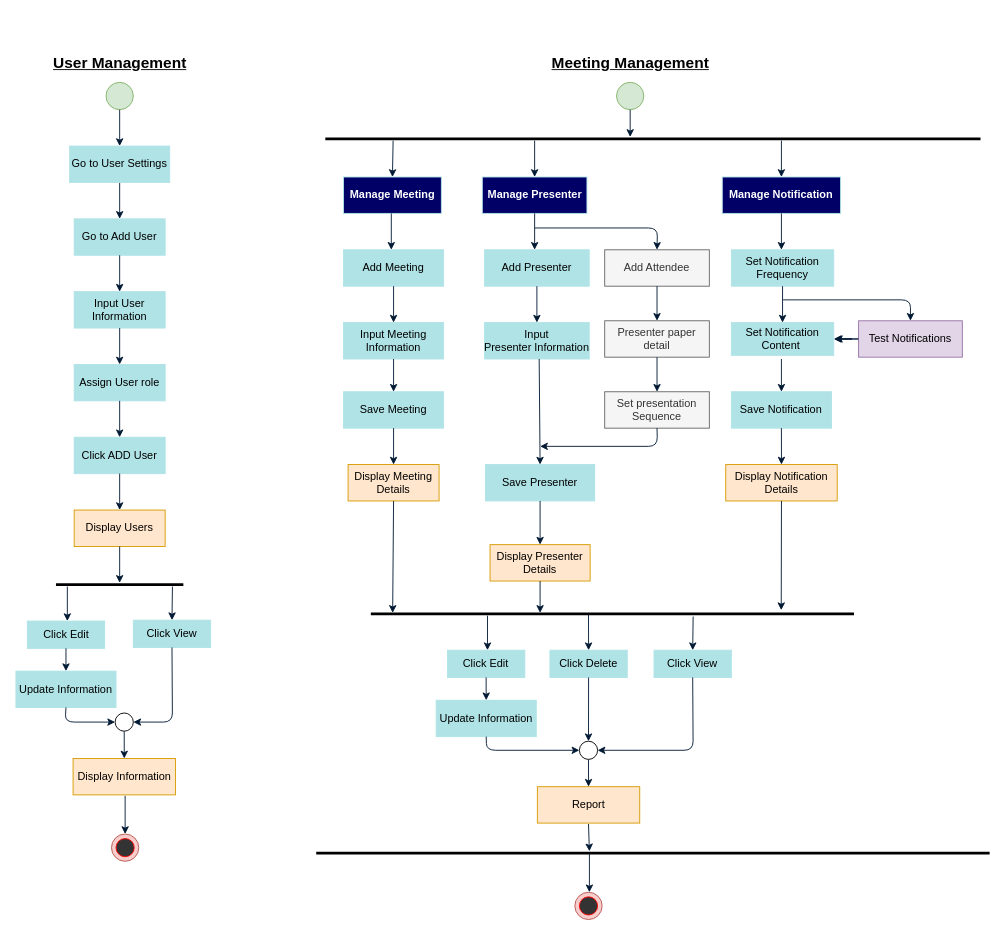
Afifairin/Diagrams keeps this draw.io diagram as Untitled Diagram.drawio. Above is the earlier version. Source tidied: cells renumbered, new cells numbered last; positions are measured from the earlier drawing's top-left corner, leaving out a move shared by most shapes. Both pictures are drawn from the tidied source at 91%, with x=0, y=0 at pixel (15, 55).
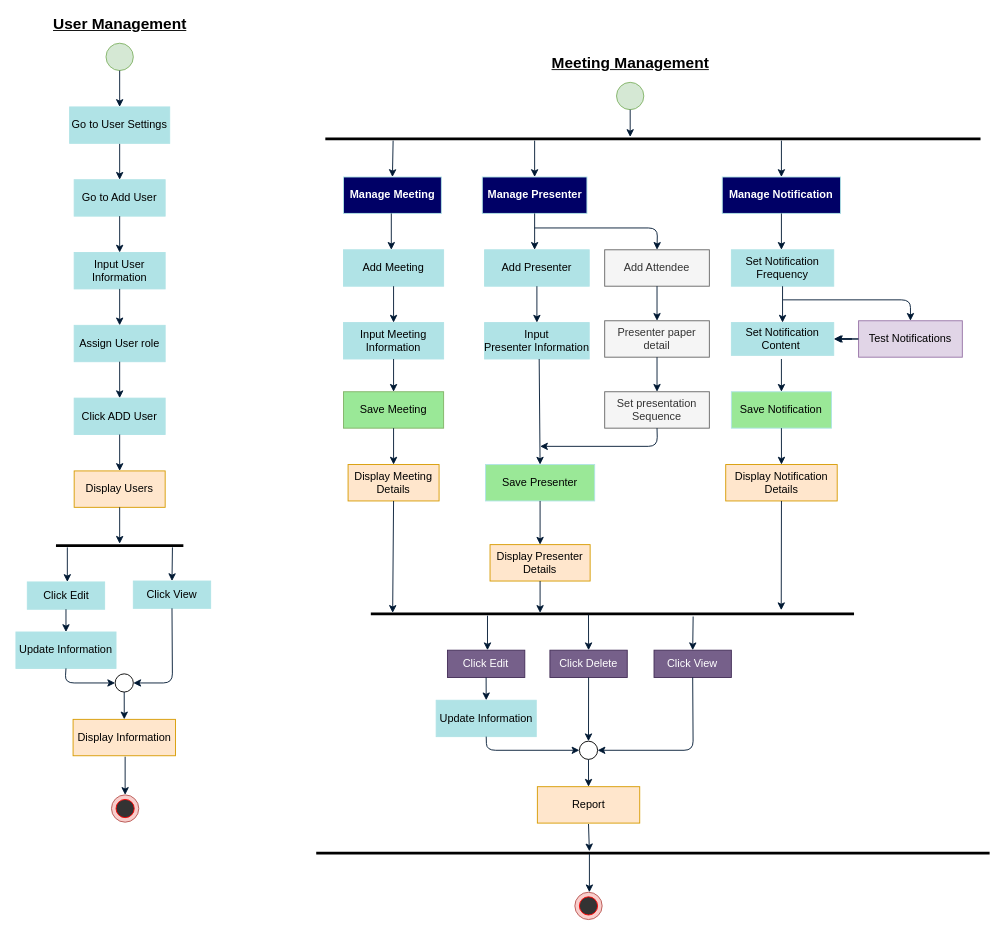
The same page after the edit.

Diff of the diagram source:
```diff
@@
     <mxCell id="2" style="ellipse;whiteSpace=wrap;html=1;fillColor=#d5e8d4;strokeColor=#82b366;" parent="1" vertex="1">
-      <mxGeometry x="99" y="30" width="30" height="30" as="geometry" />
+      <mxGeometry x="99" y="-13" width="30" height="30" as="geometry" />
     </mxCell>
     <mxCell id="3" value="&lt;b&gt;&lt;font style=&quot;font-size: 17px&quot;&gt;&lt;u&gt;User Management&lt;/u&gt;&lt;/font&gt;&lt;/b&gt;" style="text;html=1;align=center;verticalAlign=middle;" parent="1" vertex="1">
-      <mxGeometry x="34" width="160" height="20" as="geometry" />
+      <mxGeometry x="34" y="-43" width="160" height="20" as="geometry" />
     </mxCell>
     <mxCell id="4" style="endArrow=classic;html=1;strokeColor=#001933;exitX=0.5;exitY=1;exitDx=0;exitDy=0;" parent="1" edge="1" source="15">
       <mxGeometry relative="1" as="geometry">
-        <mxPoint x="114" y="180" as="targetPoint" />
+        <mxPoint x="114" y="137" as="targetPoint" />
       </mxGeometry>
     </mxCell>
     <mxCell id="5" value="Go to Add User" style="rounded=0;whiteSpace=wrap;html=1;fillColor=#b0e3e6;strokeColor=#B0E3E6;" parent="1" vertex="1">
-      <mxGeometry x="64" y="180" width="100" height="40" as="geometry" />
+      <mxGeometry x="64" y="137" width="100" height="40" as="geometry" />
     </mxCell>
     <mxCell id="6" value="Input User Information" style="rounded=0;whiteSpace=wrap;html=1;fillColor=#b0e3e6;strokeColor=#B0E3E6;" parent="1" vertex="1">
-      <mxGeometry x="64" y="260" width="100" height="40" as="geometry" />
+      <mxGeometry x="64" y="217" width="100" height="40" as="geometry" />
     </mxCell>
@@
     <mxCell id="8" value="Assign User role" style="rounded=0;whiteSpace=wrap;html=1;fillColor=#b0e3e6;strokeColor=#B0E3E6;" parent="1" vertex="1">
-      <mxGeometry x="64" y="340" width="100" height="40" as="geometry" />
+      <mxGeometry x="64" y="297" width="100" height="40" as="geometry" />
     </mxCell>
     <mxCell id="9" value="&lt;span&gt;Click ADD User&lt;/span&gt;" style="rounded=0;whiteSpace=wrap;html=1;fillColor=#b0e3e6;strokeColor=#B0E3E6;" parent="1" vertex="1">
-      <mxGeometry x="64" y="420" width="100" height="40" as="geometry" />
+      <mxGeometry x="64" y="377" width="100" height="40" as="geometry" />
     </mxCell>
@@
     <mxCell id="12" value="Display Users" style="rounded=0;whiteSpace=wrap;html=1;fillColor=#ffe6cc;strokeColor=#d79b00;" parent="1" vertex="1">
-      <mxGeometry x="64" y="500" width="100" height="40" as="geometry" />
+      <mxGeometry x="64" y="457" width="100" height="40" as="geometry" />
     </mxCell>
@@
     <mxCell id="14" style="endArrow=classic;html=1;exitX=0.5;exitY=1;exitDx=0;exitDy=0;entryX=0.5;entryY=0;entryDx=0;entryDy=0;strokeColor=#001933;" parent="1" edge="1" source="12">
       <mxGeometry relative="1" as="geometry">
-        <mxPoint x="114" y="580" as="targetPoint" />
+        <mxPoint x="114" y="537" as="targetPoint" />
       </mxGeometry>
     </mxCell>
     <mxCell id="15" value="Go to User Settings" style="rounded=0;whiteSpace=wrap;html=1;fillColor=#b0e3e6;strokeColor=#B0E3E6;" parent="1" vertex="1">
-      <mxGeometry x="59" y="100" width="110" height="40" as="geometry" />
+      <mxGeometry x="59" y="57" width="110" height="40" as="geometry" />
     </mxCell>
@@
-    <mxCell id="39" value="&lt;span&gt;Save Meeting&lt;/span&gt;" style="rounded=0;whiteSpace=wrap;html=1;fillColor=#b0e3e6;strokeColor=#B0E3E6;" parent="1" vertex="1">
+    <mxCell id="39" value="&lt;span&gt;Save Meeting&lt;/span&gt;" style="rounded=0;whiteSpace=wrap;html=1;strokeColor=#82b366;fillColor=#9AE897;" parent="1" vertex="1">
       <mxGeometry x="360" y="370" width="110" height="40" as="geometry" />
     </mxCell>
@@
-    <mxCell id="44" value="&lt;span&gt;Save Presenter&lt;/span&gt;" style="rounded=0;whiteSpace=wrap;html=1;fillColor=#b0e3e6;strokeColor=#B0E3E6;" parent="1" vertex="1">
+    <mxCell id="44" value="&lt;span&gt;Save Presenter&lt;/span&gt;" style="rounded=0;whiteSpace=wrap;html=1;strokeColor=#B0E3E6;fillColor=#9AE897;" parent="1" vertex="1">
       <mxGeometry x="516" y="450" width="120" height="40" as="geometry" />
     </mxCell>
@@
-    <mxCell id="49" value="&lt;span&gt;Save Notification&lt;/span&gt;" style="rounded=0;whiteSpace=wrap;html=1;fillColor=#b0e3e6;strokeColor=#B0E3E6;" parent="1" vertex="1">
+    <mxCell id="49" value="&lt;span&gt;Save Notification&lt;/span&gt;" style="rounded=0;whiteSpace=wrap;html=1;strokeColor=#B0E3E6;fillColor=#9AE897;" parent="1" vertex="1">
       <mxGeometry x="786.2" y="370" width="110" height="40" as="geometry" />
     </mxCell>
@@
-    <mxCell id="60" value="&lt;span&gt;Click Edit&lt;/span&gt;" style="rounded=0;whiteSpace=wrap;html=1;fillColor=#b0e3e6;strokeColor=#B0E3E6;" parent="1" vertex="1">
+    <mxCell id="60" value="&lt;span&gt;Click Edit&lt;/span&gt;" style="rounded=0;whiteSpace=wrap;html=1;fillColor=#76608a;strokeColor=#432D57;fontColor=#ffffff;" parent="1" vertex="1">
       <mxGeometry x="474.2" y="654" width="85" height="30" as="geometry" />
     </mxCell>
-    <mxCell id="61" value="&lt;span&gt;Click Delete&lt;/span&gt;" style="rounded=0;whiteSpace=wrap;html=1;fillColor=#b0e3e6;strokeColor=#B0E3E6;" parent="1" vertex="1">
+    <mxCell id="61" value="&lt;span&gt;Click Delete&lt;/span&gt;" style="rounded=0;whiteSpace=wrap;html=1;fillColor=#76608a;strokeColor=#432D57;fontColor=#ffffff;" parent="1" vertex="1">
       <mxGeometry x="586.8" y="654" width="85" height="30" as="geometry" />
     </mxCell>
-    <mxCell id="62" value="&lt;span&gt;Click View&lt;/span&gt;" style="rounded=0;whiteSpace=wrap;html=1;fillColor=#b0e3e6;strokeColor=#B0E3E6;" parent="1" vertex="1">
+    <mxCell id="62" value="&lt;span&gt;Click View&lt;/span&gt;" style="rounded=0;whiteSpace=wrap;html=1;fillColor=#76608a;strokeColor=#432D57;fontColor=#ffffff;" parent="1" vertex="1">
       <mxGeometry x="701.2" y="654" width="85" height="30" as="geometry" />
     </mxCell>
@@
     <mxCell id="74" style="ellipse;whiteSpace=wrap;html=1;fillColor=#f8cecc;strokeColor=#b85450;" parent="1" vertex="1">
-      <mxGeometry x="105" y="856" width="30" height="30" as="geometry" />
+      <mxGeometry x="105" y="813" width="30" height="30" as="geometry" />
     </mxCell>
     <mxCell id="75" style="ellipse;whiteSpace=wrap;html=1;fillColor=#333333;strokeColor=#FF0000;" parent="1" vertex="1">
-      <mxGeometry x="110" y="861" width="20" height="20" as="geometry" />
+      <mxGeometry x="110" y="818" width="20" height="20" as="geometry" />
     </mxCell>
     <mxCell id="76" style="endArrow=classic;html=1;entryX=0.5;entryY=0;entryDx=0;entryDy=0;strokeColor=#001933;" parent="1" edge="1" target="74">
       <mxGeometry relative="1" as="geometry">
-        <mxPoint x="120" y="814" as="sourcePoint" />
+        <mxPoint x="120" y="771" as="sourcePoint" />
       </mxGeometry>
     </mxCell>
     <mxCell id="77" style="line;strokeWidth=3;fillColor=none;align=left;verticalAlign=middle;spacingTop=-1;spacingLeft=3;spacingRight=3;labelPosition=right;" parent="1" vertex="1">
-      <mxGeometry x="44" y="578" width="140" height="8" as="geometry" />
+      <mxGeometry x="44" y="535" width="140" height="8" as="geometry" />
     </mxCell>
     <mxCell id="78" style="endArrow=classic;html=1;strokeColor=#001933;" parent="1" edge="1">
       <mxGeometry relative="1" as="geometry">
-        <mxPoint x="56.5" y="584" as="sourcePoint" />
-        <mxPoint x="56.5" y="622" as="targetPoint" />
+        <mxPoint x="56.5" y="541" as="sourcePoint" />
+        <mxPoint x="56.5" y="579" as="targetPoint" />
       </mxGeometry>
     </mxCell>
     <mxCell id="79" value="&lt;span&gt;Click Edit&lt;/span&gt;" style="rounded=0;whiteSpace=wrap;html=1;fillColor=#b0e3e6;strokeColor=#B0E3E6;" parent="1" vertex="1">
-      <mxGeometry x="12.5" y="622" width="85" height="30" as="geometry" />
+      <mxGeometry x="12.5" y="579" width="85" height="30" as="geometry" />
     </mxCell>
     <mxCell id="80" value="&lt;span&gt;Click View&lt;/span&gt;" style="rounded=0;whiteSpace=wrap;html=1;fillColor=#b0e3e6;strokeColor=#B0E3E6;" parent="1" vertex="1">
-      <mxGeometry x="129" y="621" width="85" height="30" as="geometry" />
+      <mxGeometry x="129" y="578" width="85" height="30" as="geometry" />
     </mxCell>
     <mxCell id="81" style="endArrow=classic;html=1;strokeColor=#001933;entryX=0.5;entryY=0;entryDx=0;entryDy=0;" parent="1" edge="1" target="80">
       <mxGeometry relative="1" as="geometry">
-        <mxPoint x="172" y="584" as="sourcePoint" />
+        <mxPoint x="172" y="541" as="sourcePoint" />
       </mxGeometry>
     </mxCell>
     <mxCell id="82" value="Update Information" style="rounded=0;whiteSpace=wrap;html=1;fillColor=#b0e3e6;strokeColor=#B0E3E6;" parent="1" vertex="1">
-      <mxGeometry y="677" width="110" height="40" as="geometry" />
+      <mxGeometry y="634" width="110" height="40" as="geometry" />
     </mxCell>
     <mxCell id="83" value="Display Information" style="rounded=0;whiteSpace=wrap;html=1;fillColor=#ffe6cc;strokeColor=#d79b00;" parent="1" vertex="1">
-      <mxGeometry x="62.8" y="773" width="112.5" height="40" as="geometry" />
+      <mxGeometry x="62.8" y="730" width="112.5" height="40" as="geometry" />
     </mxCell>
     <mxCell id="84" style="ellipse;whiteSpace=wrap;html=1;strokeColor=#000000;strokeWidth=1;fillColor=none;" parent="1" vertex="1">
-      <mxGeometry x="109" y="723" width="20" height="20" as="geometry" />
+      <mxGeometry x="109" y="680" width="20" height="20" as="geometry" />
     </mxCell>
@@
     <mxCell id="86" style="endArrow=classic;html=1;exitX=0.5;exitY=1;exitDx=0;exitDy=0;strokeColor=#001933;entryX=1;entryY=0.5;entryDx=0;entryDy=0;" parent="1" edge="1" source="80" target="84">
       <mxGeometry relative="1" as="geometry">
         <Array as="points">
-          <mxPoint x="172" y="733" />
+          <mxPoint x="172" y="690" />
         </Array>
       </mxGeometry>
     </mxCell>
     <mxCell id="87" style="endArrow=classic;html=1;exitX=0.5;exitY=1;exitDx=0;exitDy=0;strokeColor=#001933;entryX=0;entryY=0.5;entryDx=0;entryDy=0;" parent="1" edge="1" source="82" target="84">
       <mxGeometry relative="1" as="geometry">
         <Array as="points">
-          <mxPoint x="54" y="733" />
+          <mxPoint x="54" y="690" />
         </Array>
       </mxGeometry>
     </mxCell>
```
